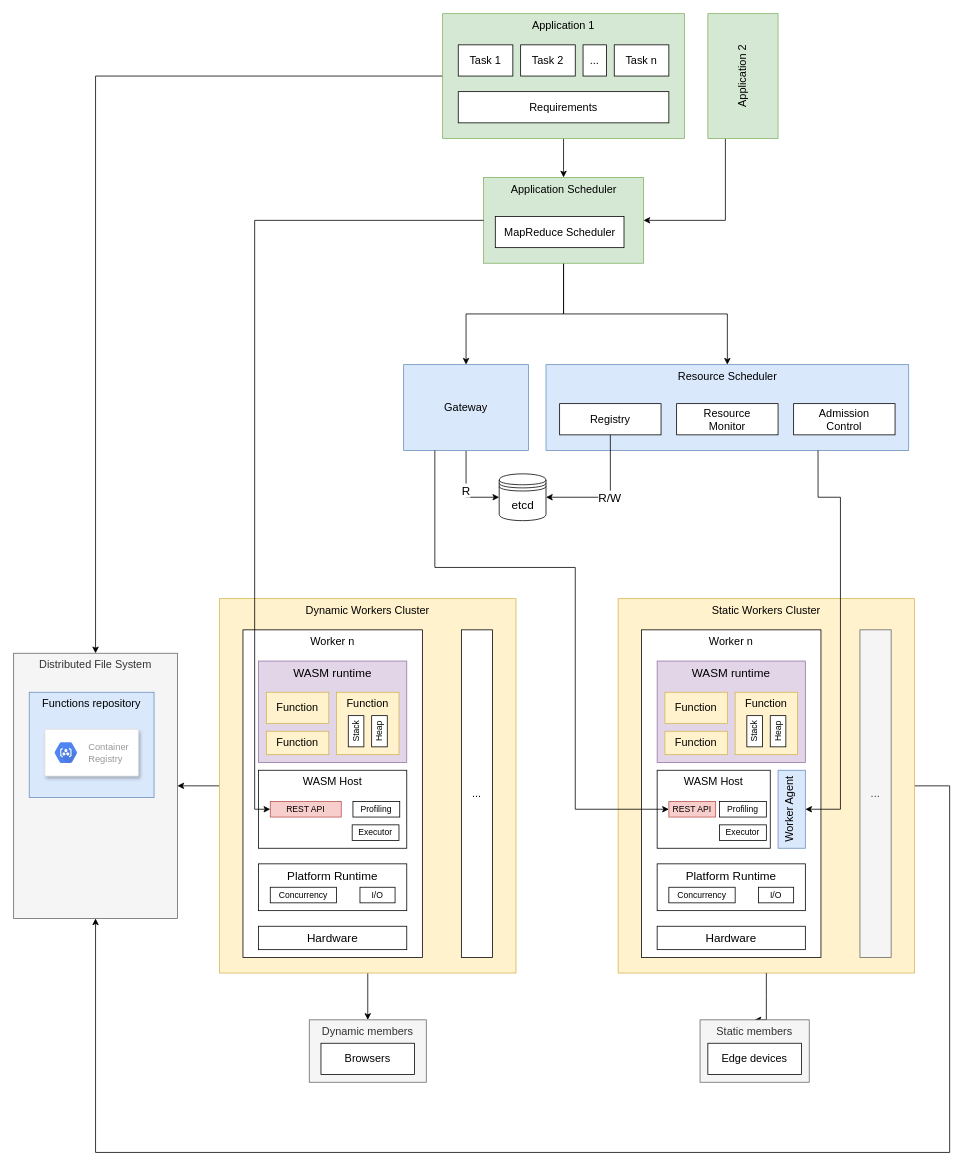
This is page "thesis" (2 of 2) of fedra/images/architecture.drawio from jiayihu/fedra-thesis, a draw.io file, before an edit. Source tidied: cells renumbered, new cells numbered last; positions are measured from the earlier drawing's top-left corner, leaving out a move shared by most shapes. Both pictures are drawn from the tidied source at 78%, with x=0, y=0 at pixel (13, 13).
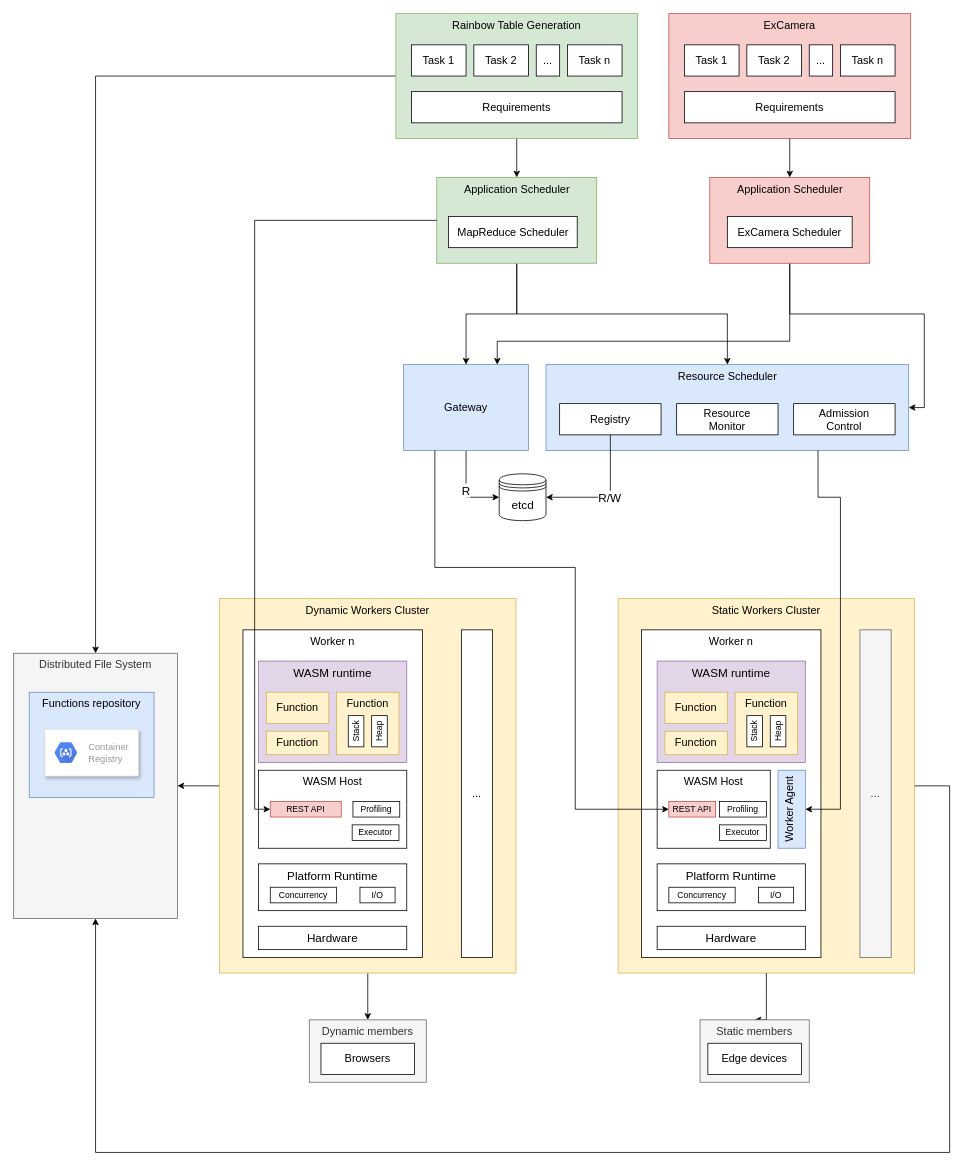
The same diagram, later.

Unchanged cells that the change refers to:
```xml
<mxCell id="11" value="Resource Scheduler" style="rounded=0;whiteSpace=wrap;html=1;fillColor=#dae8fc;strokeColor=#6c8ebf;fontSize=14;verticalAlign=top;" parent="1" vertex="1">
  <mxGeometry x="682.5" y="450" width="465" height="110" as="geometry" />
</mxCell>
<mxCell id="27" value="Gateway" style="rounded=0;whiteSpace=wrap;html=1;fontSize=14;verticalAlign=middle;fillColor=#dae8fc;strokeColor=#6c8ebf;" parent="1" vertex="1">
  <mxGeometry x="500" y="450" width="160" height="110" as="geometry" />
</mxCell>
```

The edit, as a diff of the source:
```diff
@@
-    <mxCell id="10" value="Application 1" style="rounded=0;whiteSpace=wrap;html=1;fillColor=#d5e8d4;strokeColor=#82b366;fontSize=14;verticalAlign=top;" parent="1" vertex="1">
-      <mxGeometry x="550" width="310" height="160" as="geometry" />
+    <mxCell id="10" value="Rainbow Table Generation" style="rounded=0;whiteSpace=wrap;html=1;fillColor=#d5e8d4;strokeColor=#82b366;fontSize=14;verticalAlign=top;" parent="1" vertex="1">
+      <mxGeometry x="490" width="310" height="160" as="geometry" />
     </mxCell>
@@
     <mxCell id="12" value="Task 1" style="rounded=0;whiteSpace=wrap;html=1;fontSize=14;" parent="1" vertex="1">
-      <mxGeometry x="570" y="40" width="70" height="40" as="geometry" />
+      <mxGeometry x="510" y="40" width="70" height="40" as="geometry" />
     </mxCell>
     <mxCell id="13" value="Requirements" style="rounded=0;whiteSpace=wrap;html=1;fontSize=14;" parent="1" vertex="1">
-      <mxGeometry x="570" y="100" width="270" height="40" as="geometry" />
+      <mxGeometry x="510" y="100" width="270" height="40" as="geometry" />
     </mxCell>
     <mxCell id="14" value="Task 2" style="rounded=0;whiteSpace=wrap;html=1;fontSize=14;" parent="1" vertex="1">
-      <mxGeometry x="650" y="40" width="70" height="40" as="geometry" />
+      <mxGeometry x="590" y="40" width="70" height="40" as="geometry" />
     </mxCell>
     <mxCell id="15" value="Task n" style="rounded=0;whiteSpace=wrap;html=1;fontSize=14;" parent="1" vertex="1">
-      <mxGeometry x="770" y="40" width="70" height="40" as="geometry" />
+      <mxGeometry x="710" y="40" width="70" height="40" as="geometry" />
     </mxCell>
     <mxCell id="16" value="..." style="rounded=0;whiteSpace=wrap;html=1;fontSize=14;" parent="1" vertex="1">
-      <mxGeometry x="730" y="40" width="30" height="40" as="geometry" />
+      <mxGeometry x="670" y="40" width="30" height="40" as="geometry" />
     </mxCell>
@@
     <mxCell id="43" value="Application Scheduler" style="rounded=0;whiteSpace=wrap;html=1;fillColor=#d5e8d4;strokeColor=#82b366;fontSize=14;verticalAlign=top;" parent="1" vertex="1">
-      <mxGeometry x="602.5" y="210" width="205" height="110" as="geometry" />
+      <mxGeometry x="542.5" y="210" width="205" height="110" as="geometry" />
     </mxCell>
     <mxCell id="44" value="MapReduce Scheduler" style="rounded=0;whiteSpace=wrap;html=1;fontSize=14;verticalAlign=middle;" parent="1" vertex="1">
-      <mxGeometry x="617.5" y="260" width="165" height="40" as="geometry" />
+      <mxGeometry x="557.5" y="260" width="165" height="40" as="geometry" />
     </mxCell>
@@
-    <mxCell id="46" style="edgeStyle=orthogonalEdgeStyle;rounded=0;jettySize=auto;html=1;exitX=0.25;exitY=1;exitDx=0;exitDy=0;entryX=1;entryY=0.5;entryDx=0;entryDy=0;startArrow=none;startFill=0;endArrow=classic;endFill=1;" parent="1" edge="1" source="47" target="43">
-      <mxGeometry relative="1" as="geometry" />
-    </mxCell>
-    <mxCell id="47" value="Application 2" style="rounded=0;whiteSpace=wrap;html=1;fillColor=#d5e8d4;strokeColor=#82b366;fontSize=14;verticalAlign=middle;horizontal=0;" parent="1" vertex="1">
-      <mxGeometry x="890" width="90" height="160" as="geometry" />
-    </mxCell>
@@
+    <mxCell id="74" style="edgeStyle=orthogonalEdgeStyle;rounded=0;jettySize=auto;html=1;exitX=0.5;exitY=1;exitDx=0;exitDy=0;entryX=0.5;entryY=0;entryDx=0;entryDy=0;startArrow=none;startFill=0;endArrow=classic;endFill=1;fontSize=15;" parent="1" edge="1" source="75" target="83">
+      <mxGeometry relative="1" as="geometry" />
+    </mxCell>
+    <mxCell id="75" value="ExCamera" style="rounded=0;whiteSpace=wrap;html=1;fillColor=#f8cecc;strokeColor=#b85450;fontSize=14;verticalAlign=top;" parent="1" vertex="1">
+      <mxGeometry x="840" width="310" height="160" as="geometry" />
+    </mxCell>
+    <mxCell id="76" value="Task 1" style="rounded=0;whiteSpace=wrap;html=1;fontSize=14;" parent="1" vertex="1">
+      <mxGeometry x="860" y="40" width="70" height="40" as="geometry" />
+    </mxCell>
+    <mxCell id="77" value="Requirements" style="rounded=0;whiteSpace=wrap;html=1;fontSize=14;" parent="1" vertex="1">
+      <mxGeometry x="860" y="100" width="270" height="40" as="geometry" />
+    </mxCell>
+    <mxCell id="78" value="Task 2" style="rounded=0;whiteSpace=wrap;html=1;fontSize=14;" parent="1" vertex="1">
+      <mxGeometry x="940" y="40" width="70" height="40" as="geometry" />
+    </mxCell>
+    <mxCell id="79" value="Task n" style="rounded=0;whiteSpace=wrap;html=1;fontSize=14;" parent="1" vertex="1">
+      <mxGeometry x="1060" y="40" width="70" height="40" as="geometry" />
+    </mxCell>
+    <mxCell id="80" value="..." style="rounded=0;whiteSpace=wrap;html=1;fontSize=14;" parent="1" vertex="1">
+      <mxGeometry x="1020" y="40" width="30" height="40" as="geometry" />
+    </mxCell>
+    <mxCell id="81" style="edgeStyle=orthogonalEdgeStyle;rounded=0;jettySize=auto;html=1;exitX=0.5;exitY=1;exitDx=0;exitDy=0;startArrow=none;startFill=0;endArrow=classic;endFill=1;entryX=1;entryY=0.5;entryDx=0;entryDy=0;" parent="1" edge="1" source="83" target="11">
+      <mxGeometry relative="1" as="geometry" />
+    </mxCell>
+    <mxCell id="82" style="edgeStyle=orthogonalEdgeStyle;rounded=0;jettySize=auto;html=1;exitX=0.5;exitY=1;exitDx=0;exitDy=0;entryX=0.75;entryY=0;entryDx=0;entryDy=0;startArrow=none;startFill=0;endArrow=classic;endFill=1;fontSize=14;" parent="1" edge="1" source="83" target="27">
+      <mxGeometry relative="1" as="geometry">
+        <Array as="points">
+          <mxPoint x="995" y="420" />
+          <mxPoint x="620" y="420" />
+        </Array>
+      </mxGeometry>
+    </mxCell>
+    <mxCell id="83" value="Application Scheduler" style="rounded=0;whiteSpace=wrap;html=1;fillColor=#f8cecc;strokeColor=#b85450;fontSize=14;verticalAlign=top;" parent="1" vertex="1">
+      <mxGeometry x="892.5" y="210" width="205" height="110" as="geometry" />
+    </mxCell>
+    <mxCell id="84" value="ExCamera Scheduler" style="rounded=0;whiteSpace=wrap;html=1;fontSize=14;verticalAlign=middle;" parent="1" vertex="1">
+      <mxGeometry x="915" y="260" width="160" height="40" as="geometry" />
+    </mxCell>
```
